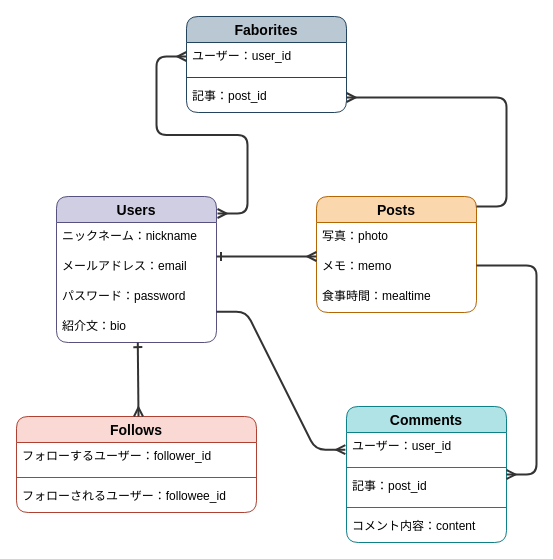
The draw.io diagram ER.dio in hara0510/eatlog, before the edit. Source tidied: cells renumbered, new cells numbered last; positions are measured from the earlier drawing's top-left corner, leaving out a move shared by most shapes. Both pictures are drawn from the tidied source at 100%, with x=0, y=0 at pixel (16, 16).
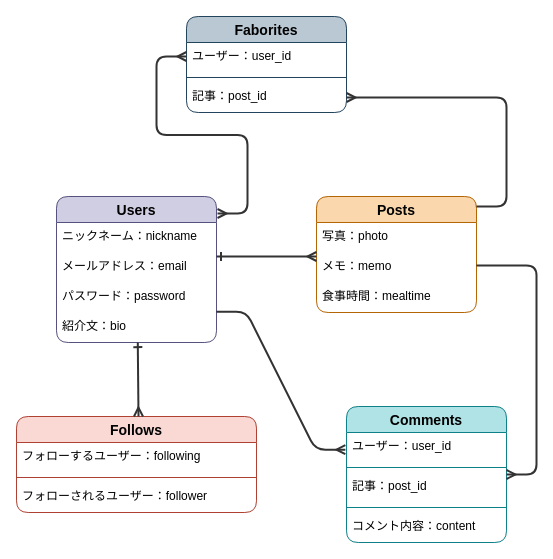
Above is the later version.

The change refers to these unchanged cells:
```xml
<mxCell id="21" value="Follows" style="swimlane;fontStyle=1;horizontal=1;startSize=26;align=center;fontSize=14;fillColor=#fad9d5;strokeColor=#ae4132;rounded=1;fontColor=#000000;" parent="1" vertex="1">
  <mxGeometry y="400" width="240" height="96" as="geometry" />
</mxCell>
```

The edit, as a diff of the source:
```diff
@@
-    <mxCell id="22" value="フォローするユーザー：follower_id" style="text;strokeColor=none;fillColor=none;spacingLeft=4;spacingRight=4;overflow=hidden;fontSize=12;fontColor=#000000;" parent="21" vertex="1">
+    <mxCell id="22" value="フォローするユーザー：following" style="text;strokeColor=none;fillColor=none;spacingLeft=4;spacingRight=4;overflow=hidden;fontSize=12;fontColor=#000000;" parent="21" vertex="1">
       <mxGeometry y="26" width="240" height="30" as="geometry" />
     </mxCell>
@@
-    <mxCell id="24" value="フォローされるユーザー：followee_id&#10;" style="text;strokeColor=none;fillColor=none;spacingLeft=4;spacingRight=4;overflow=hidden;fontSize=12;fontColor=#000000;" parent="21" vertex="1">
+    <mxCell id="24" value="フォローされるユーザー：follower&#10;" style="text;strokeColor=none;fillColor=none;spacingLeft=4;spacingRight=4;overflow=hidden;fontSize=12;fontColor=#000000;" parent="21" vertex="1">
       <mxGeometry y="66" width="240" height="30" as="geometry" />
     </mxCell>
```
